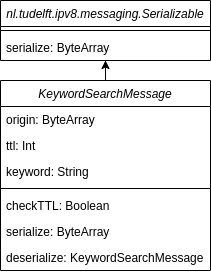
Earlier version of the draw.io export implementation/keyword-search-message.png (Tim-W/msc-thesis). Source tidied: cells renumbered, new cells last; positions are measured from the earlier drawing's top-left corner, leaving out a move shared by most shapes.
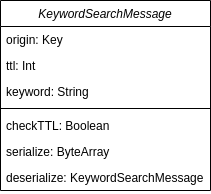
Above is the later version.

Diff of the diagram source:
```diff
@@ -2,22 +2,10 @@
   <root>
     <mxCell id="0" />
     <mxCell id="1" parent="0" />
-    <mxCell id="2" style="edgeStyle=orthogonalEdgeStyle;rounded=0;jettySize=auto;html=1;" parent="1" edge="1" source="6" target="3">
-      <mxGeometry relative="1" as="geometry" />
-    </mxCell>
-    <mxCell id="3" value="nl.tudelft.ipv8.messaging.Serializable" style="swimlane;fontStyle=2;align=center;verticalAlign=top;horizontal=1;startSize=26;rounded=0;shadow=0;strokeWidth=1;" parent="1" vertex="1">
-      <mxGeometry width="210" height="60" as="geometry" />
-    </mxCell>
-    <mxCell id="4" style="line;html=1;strokeWidth=1;align=left;verticalAlign=middle;spacingTop=-1;spacingLeft=3;spacingRight=3;labelPosition=right;" parent="3" vertex="1">
-      <mxGeometry y="26" width="210" height="8" as="geometry" />
-    </mxCell>
-    <mxCell id="5" value="serialize: ByteArray" style="text;align=left;verticalAlign=top;spacingLeft=4;spacingRight=4;overflow=hidden;" parent="3" vertex="1">
-      <mxGeometry y="34" width="210" height="26" as="geometry" />
-    </mxCell>
     <mxCell id="6" value="KeywordSearchMessage" style="swimlane;fontStyle=2;align=center;verticalAlign=top;horizontal=1;startSize=26;rounded=0;shadow=0;strokeWidth=1;" parent="1" vertex="1">
       <mxGeometry y="80" width="210" height="190" as="geometry" />
     </mxCell>
-    <mxCell id="7" value="origin: ByteArray" style="text;align=left;verticalAlign=top;spacingLeft=4;spacingRight=4;overflow=hidden;" parent="6" vertex="1">
+    <mxCell id="7" value="origin: Key" style="text;align=left;verticalAlign=top;spacingLeft=4;spacingRight=4;overflow=hidden;" parent="6" vertex="1">
       <mxGeometry y="26" width="210" height="26" as="geometry" />
     </mxCell>
     <mxCell id="8" value="ttl: Int" style="text;align=left;verticalAlign=top;spacingLeft=4;spacingRight=4;overflow=hidden;rounded=0;shadow=0;html=0;" parent="6" vertex="1">
```
